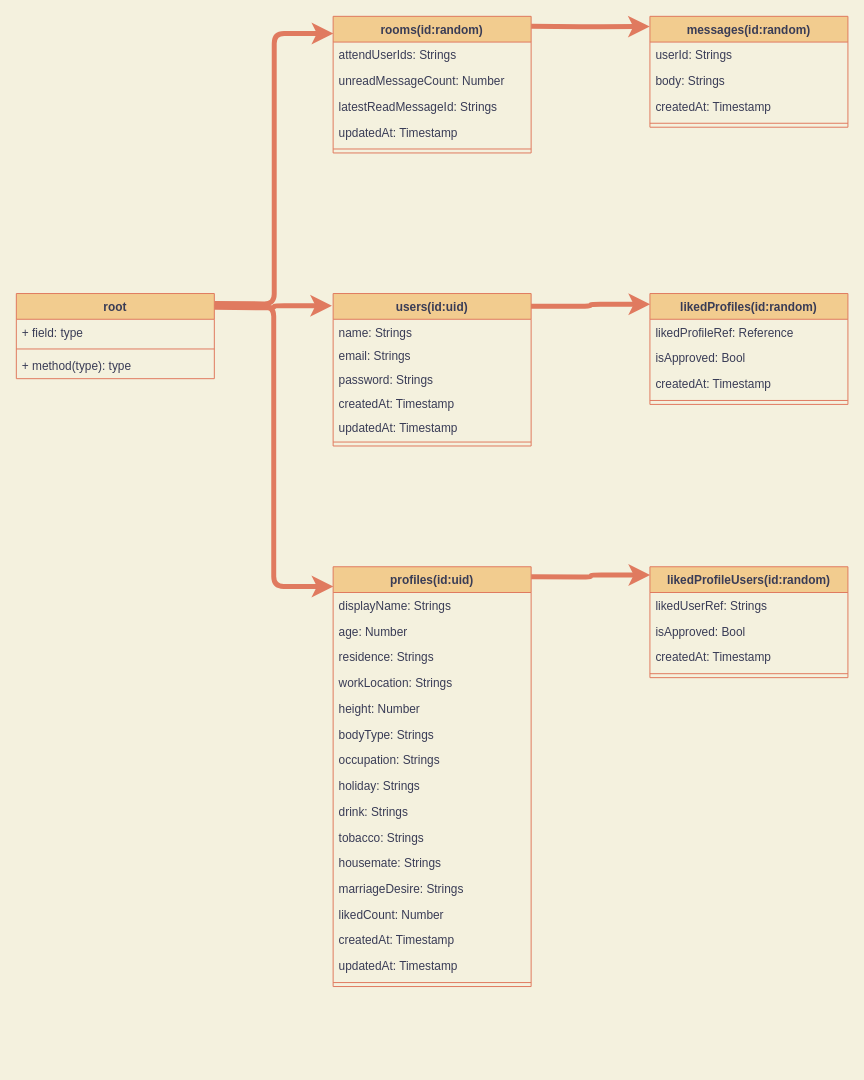
Earlier version of the draw.io diagram store/firestore.drawio (KoheiB/my-matching-app). Source tidied: cells renumbered, new cells numbered last; positions are measured from the earlier drawing's top-left corner, leaving out a move shared by most shapes. Both pictures are drawn from the tidied source at 99%, with x=0, y=0 at pixel (16, 16).
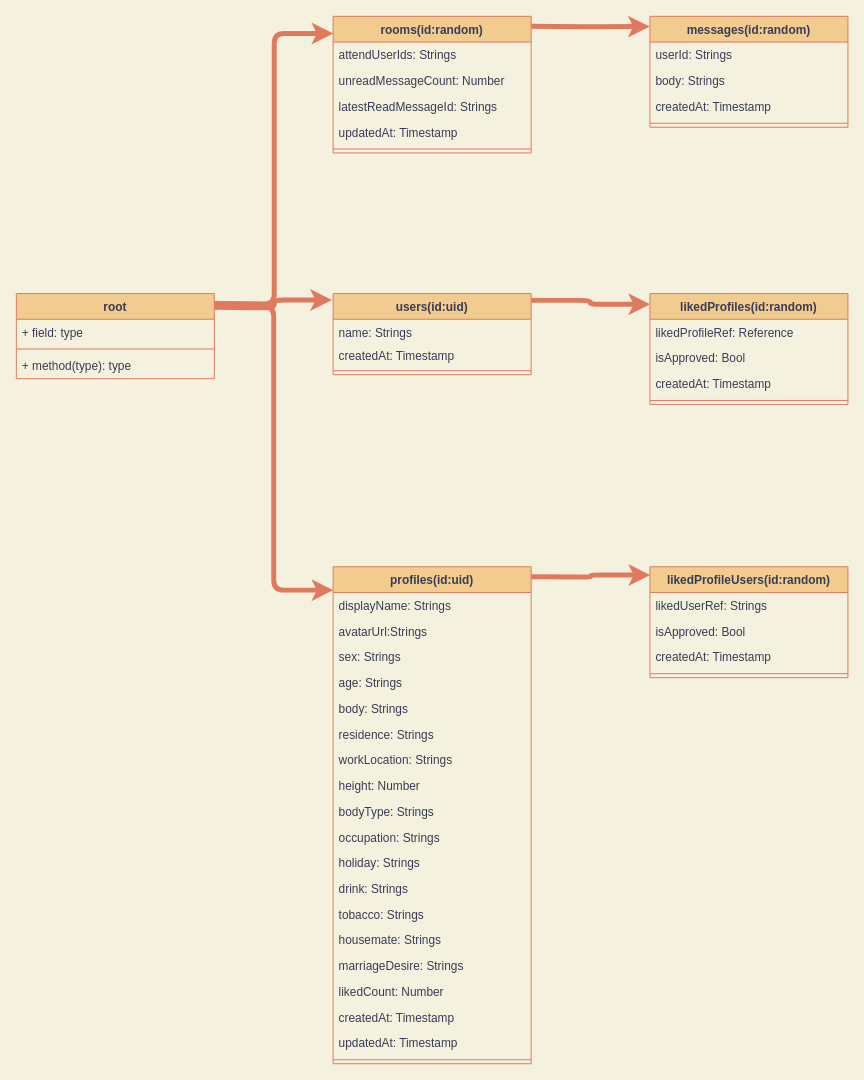
Above is the later version.

Diff of the diagram source:
```diff
@@
     <mxCell id="12" value="profiles(id:uid)" style="swimlane;fontStyle=1;align=center;verticalAlign=top;horizontal=1;startSize=26;fillColor=#F2CC8F;strokeColor=#E07A5F;fontColor=#393C56;" parent="1" vertex="1">
-      <mxGeometry x="320" y="556" width="200" height="424" as="geometry" />
+      <mxGeometry x="320" y="556" width="200" height="502" as="geometry" />
     </mxCell>
@@
+    <mxCell id="57" value="avatarUrl:Strings" style="text;strokeColor=none;fillColor=none;align=left;verticalAlign=top;spacingLeft=4;spacingRight=4;overflow=hidden;fontColor=#393C56;" parent="12" vertex="1">
+      <mxGeometry y="52" width="200" height="26" as="geometry" />
+    </mxCell>
+    <mxCell id="58" value="sex: Strings" style="text;strokeColor=none;fillColor=none;align=left;verticalAlign=top;spacingLeft=4;spacingRight=4;overflow=hidden;fontColor=#393C56;" parent="12" vertex="1">
+      <mxGeometry y="78" width="200" height="26" as="geometry" />
+    </mxCell>
-    <mxCell id="14" value="age: Number" style="text;strokeColor=none;fillColor=none;align=left;verticalAlign=top;spacingLeft=4;spacingRight=4;overflow=hidden;fontColor=#393C56;" parent="12" vertex="1">
-      <mxGeometry y="52" width="200" height="26" as="geometry" />
+    <mxCell id="14" value="age: Strings" style="text;strokeColor=none;fillColor=none;align=left;verticalAlign=top;spacingLeft=4;spacingRight=4;overflow=hidden;fontColor=#393C56;" parent="12" vertex="1">
+      <mxGeometry y="104" width="200" height="26" as="geometry" />
     </mxCell>
+    <mxCell id="59" value="body: Strings" style="text;strokeColor=none;fillColor=none;align=left;verticalAlign=top;spacingLeft=4;spacingRight=4;overflow=hidden;fontColor=#393C56;" parent="12" vertex="1">
+      <mxGeometry y="130" width="200" height="26" as="geometry" />
+    </mxCell>
     <mxCell id="15" value="residence: Strings" style="text;strokeColor=none;fillColor=none;align=left;verticalAlign=top;spacingLeft=4;spacingRight=4;overflow=hidden;fontColor=#393C56;" parent="12" vertex="1">
-      <mxGeometry y="78" width="200" height="26" as="geometry" />
+      <mxGeometry y="156" width="200" height="26" as="geometry" />
     </mxCell>
     <mxCell id="16" value="workLocation: Strings" style="text;strokeColor=none;fillColor=none;align=left;verticalAlign=top;spacingLeft=4;spacingRight=4;overflow=hidden;fontColor=#393C56;" parent="12" vertex="1">
-      <mxGeometry y="104" width="200" height="26" as="geometry" />
+      <mxGeometry y="182" width="200" height="26" as="geometry" />
     </mxCell>
     <mxCell id="17" value="height: Number" style="text;strokeColor=none;fillColor=none;align=left;verticalAlign=top;spacingLeft=4;spacingRight=4;overflow=hidden;fontColor=#393C56;" parent="12" vertex="1">
-      <mxGeometry y="130" width="200" height="26" as="geometry" />
+      <mxGeometry y="208" width="200" height="26" as="geometry" />
     </mxCell>
     <mxCell id="18" value="bodyType: Strings" style="text;strokeColor=none;fillColor=none;align=left;verticalAlign=top;spacingLeft=4;spacingRight=4;overflow=hidden;fontColor=#393C56;" parent="12" vertex="1">
-      <mxGeometry y="156" width="200" height="26" as="geometry" />
+      <mxGeometry y="234" width="200" height="26" as="geometry" />
     </mxCell>
     <mxCell id="19" value="occupation: Strings" style="text;strokeColor=none;fillColor=none;align=left;verticalAlign=top;spacingLeft=4;spacingRight=4;overflow=hidden;fontColor=#393C56;" parent="12" vertex="1">
-      <mxGeometry y="182" width="200" height="26" as="geometry" />
+      <mxGeometry y="260" width="200" height="26" as="geometry" />
     </mxCell>
     <mxCell id="20" value="holiday: Strings" style="text;strokeColor=none;fillColor=none;align=left;verticalAlign=top;spacingLeft=4;spacingRight=4;overflow=hidden;fontColor=#393C56;" parent="12" vertex="1">
-      <mxGeometry y="208" width="200" height="26" as="geometry" />
+      <mxGeometry y="286" width="200" height="26" as="geometry" />
     </mxCell>
     <mxCell id="21" value="drink: Strings" style="text;strokeColor=none;fillColor=none;align=left;verticalAlign=top;spacingLeft=4;spacingRight=4;overflow=hidden;fontColor=#393C56;" parent="12" vertex="1">
-      <mxGeometry y="234" width="200" height="26" as="geometry" />
+      <mxGeometry y="312" width="200" height="26" as="geometry" />
     </mxCell>
     <mxCell id="22" value="tobacco: Strings" style="text;strokeColor=none;fillColor=none;align=left;verticalAlign=top;spacingLeft=4;spacingRight=4;overflow=hidden;fontColor=#393C56;" parent="12" vertex="1">
-      <mxGeometry y="260" width="200" height="26" as="geometry" />
+      <mxGeometry y="338" width="200" height="26" as="geometry" />
     </mxCell>
     <mxCell id="23" value="housemate: Strings" style="text;strokeColor=none;fillColor=none;align=left;verticalAlign=top;spacingLeft=4;spacingRight=4;overflow=hidden;fontColor=#393C56;" parent="12" vertex="1">
-      <mxGeometry y="286" width="200" height="26" as="geometry" />
+      <mxGeometry y="364" width="200" height="26" as="geometry" />
     </mxCell>
     <mxCell id="24" value="marriageDesire: Strings" style="text;strokeColor=none;fillColor=none;align=left;verticalAlign=top;spacingLeft=4;spacingRight=4;overflow=hidden;fontColor=#393C56;" parent="12" vertex="1">
-      <mxGeometry y="312" width="200" height="26" as="geometry" />
+      <mxGeometry y="390" width="200" height="26" as="geometry" />
     </mxCell>
     <mxCell id="25" value="likedCount: Number" style="text;strokeColor=none;fillColor=none;align=left;verticalAlign=top;spacingLeft=4;spacingRight=4;overflow=hidden;fontColor=#393C56;" parent="12" vertex="1">
-      <mxGeometry y="338" width="200" height="26" as="geometry" />
+      <mxGeometry y="416" width="200" height="26" as="geometry" />
     </mxCell>
     <mxCell id="26" value="createdAt: Timestamp" style="text;strokeColor=none;fillColor=none;align=left;verticalAlign=top;spacingLeft=4;spacingRight=4;overflow=hidden;fontColor=#393C56;" parent="12" vertex="1">
-      <mxGeometry y="364" width="200" height="26" as="geometry" />
+      <mxGeometry y="442" width="200" height="26" as="geometry" />
     </mxCell>
     <mxCell id="27" value="updatedAt: Timestamp" style="text;strokeColor=none;fillColor=none;align=left;verticalAlign=top;spacingLeft=4;spacingRight=4;overflow=hidden;fontColor=#393C56;" parent="12" vertex="1">
-      <mxGeometry y="390" width="200" height="26" as="geometry" />
+      <mxGeometry y="468" width="200" height="26" as="geometry" />
     </mxCell>
     <mxCell id="28" style="line;strokeWidth=1;fillColor=none;align=left;verticalAlign=middle;spacingTop=-1;spacingLeft=3;spacingRight=3;labelPosition=right;strokeColor=#E07A5F;fontColor=#393C56;labelBackgroundColor=#F4F1DE;" parent="12" vertex="1">
-      <mxGeometry y="416" width="200" height="8" as="geometry" />
+      <mxGeometry y="494" width="200" height="8" as="geometry" />
     </mxCell>
     <mxCell id="29" value="users(id:uid)" style="swimlane;fontStyle=1;align=center;verticalAlign=top;horizontal=1;startSize=26;fillColor=#F2CC8F;strokeColor=#E07A5F;fontColor=#393C56;" parent="1" vertex="1">
-      <mxGeometry x="320" y="280" width="200" height="154" as="geometry" />
+      <mxGeometry x="320" y="280" width="200" height="82" as="geometry" />
     </mxCell>
@@
-    <mxCell id="31" value="email: Strings" style="text;align=left;verticalAlign=top;spacingLeft=4;spacingRight=4;overflow=hidden;fontColor=#393C56;" parent="29" vertex="1">
-      <mxGeometry y="50" width="200" height="24" as="geometry" />
-    </mxCell>
-    <mxCell id="32" value="password: Strings" style="text;align=left;verticalAlign=top;spacingLeft=4;spacingRight=4;overflow=hidden;fontColor=#393C56;" parent="29" vertex="1">
-      <mxGeometry y="74" width="200" height="24" as="geometry" />
-    </mxCell>
     <mxCell id="33" value="createdAt: Timestamp" style="text;align=left;verticalAlign=top;spacingLeft=4;spacingRight=4;overflow=hidden;fontColor=#393C56;" parent="29" vertex="1">
-      <mxGeometry y="98" width="200" height="24" as="geometry" />
+      <mxGeometry y="50" width="200" height="24" as="geometry" />
     </mxCell>
-    <mxCell id="34" value="updatedAt: Timestamp" style="text;align=left;verticalAlign=top;spacingLeft=4;spacingRight=4;overflow=hidden;fontColor=#393C56;" parent="29" vertex="1">
-      <mxGeometry y="122" width="200" height="24" as="geometry" />
-    </mxCell>
     <mxCell id="35" style="line;strokeWidth=1;fillColor=none;align=left;verticalAlign=middle;spacingTop=-1;spacingLeft=3;spacingRight=3;labelPosition=right;strokeColor=#E07A5F;fontColor=#393C56;labelBackgroundColor=#F4F1DE;" parent="29" vertex="1">
-      <mxGeometry y="146" width="200" height="8" as="geometry" />
+      <mxGeometry y="74" width="200" height="8" as="geometry" />
     </mxCell>
```
